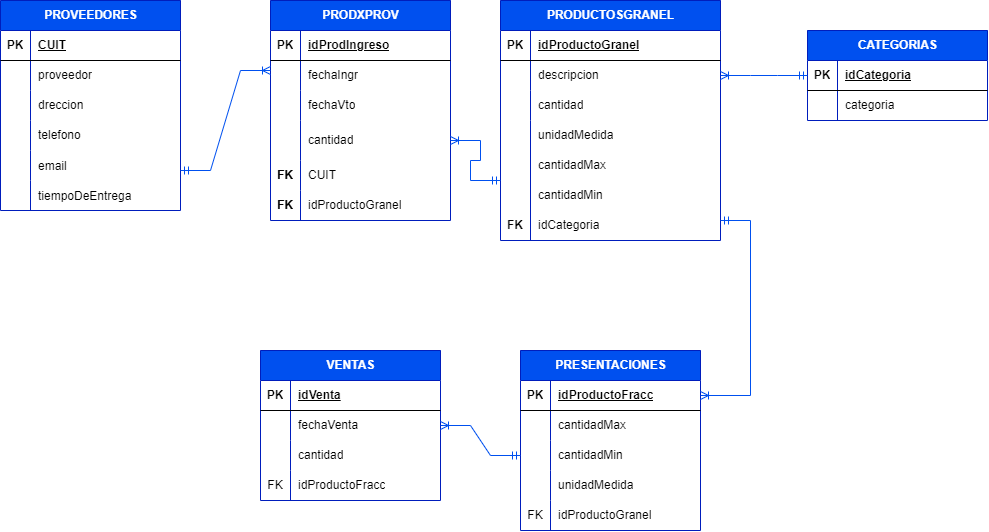
The draw.io diagram diagramaCrowFoot.drawio.png in ISPC-PROYECTOS/controlStockGranel, before a commit. Source tidied: cells renumbered, new cells last; positions are measured from the earlier drawing's top-left corner, leaving out a move shared by most shapes.
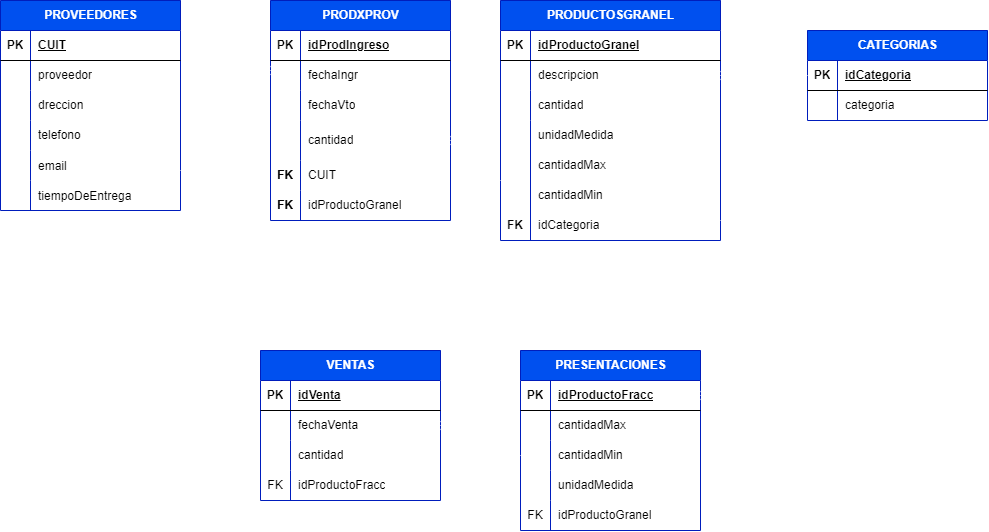
After the change.

What changed in the source:
```diff
@@ -176,13 +176,13 @@
     <mxCell id="59" value="FK" style="shape=partialRectangle;fillColor=none;top=0;left=0;bottom=0;right=0;fontStyle=1;overflow=hidden;whiteSpace=wrap;html=1;" parent="1" vertex="1">
       <mxGeometry x="500" y="210" width="30" height="30" as="geometry" />
     </mxCell>
-    <mxCell id="60" style="edgeStyle=entityRelationEdgeStyle;fontSize=12;html=1;endArrow=ERoneToMany;startArrow=ERmandOne;rounded=0;strokeColor=#0050ef;" parent="1" edge="1">
+    <mxCell id="60" style="edgeStyle=entityRelationEdgeStyle;fontSize=12;html=1;endArrow=ERoneToMany;startArrow=ERmandOne;rounded=0;strokeColor=#ffffff;" parent="1" edge="1">
       <mxGeometry relative="1" as="geometry">
         <mxPoint x="180" y="170" as="sourcePoint" />
         <mxPoint x="270" y="70" as="targetPoint" />
       </mxGeometry>
     </mxCell>
-    <mxCell id="61" style="edgeStyle=entityRelationEdgeStyle;fontSize=12;html=1;endArrow=ERoneToMany;startArrow=ERmandOne;rounded=0;entryX=1;entryY=0.5;entryDx=0;entryDy=0;exitX=0;exitY=0.5;exitDx=0;exitDy=0;strokeColor=#0050ef;" parent="1" edge="1" source="50" target="31">
+    <mxCell id="61" style="edgeStyle=entityRelationEdgeStyle;fontSize=12;html=1;endArrow=ERoneToMany;startArrow=ERmandOne;rounded=0;entryX=1;entryY=0.5;entryDx=0;entryDy=0;exitX=0;exitY=0.5;exitDx=0;exitDy=0;strokeColor=#ffffff;" parent="1" edge="1" source="50" target="31">
       <mxGeometry relative="1" as="geometry">
         <Array as="points">
           <mxPoint x="680" y="310" />
@@ -210,7 +210,7 @@
     <mxCell id="68" value="categoria" style="shape=partialRectangle;fillColor=none;top=0;left=0;bottom=0;right=0;align=left;spacingLeft=6;overflow=hidden;whiteSpace=wrap;html=1;" parent="66" vertex="1">
       <mxGeometry x="30" width="150" height="30" as="geometry" />
     </mxCell>
-    <mxCell id="69" style="edgeStyle=entityRelationEdgeStyle;fontSize=12;html=1;endArrow=ERoneToMany;startArrow=ERmandOne;rounded=0;exitX=0;exitY=0.5;exitDx=0;exitDy=0;entryX=1;entryY=0.5;entryDx=0;entryDy=0;strokeColor=#0050ef;" parent="1" edge="1" source="63" target="44">
+    <mxCell id="69" style="edgeStyle=entityRelationEdgeStyle;fontSize=12;html=1;endArrow=ERoneToMany;startArrow=ERmandOne;rounded=0;exitX=0;exitY=0.5;exitDx=0;exitDy=0;entryX=1;entryY=0.5;entryDx=0;entryDy=0;strokeColor=#ffffff;" parent="1" edge="1" source="63" target="44">
       <mxGeometry relative="1" as="geometry">
         <Array as="points">
           <mxPoint x="1090" y="435" />
@@ -266,7 +266,7 @@
     <mxCell id="85" value="idProductoGranel" style="shape=partialRectangle;fillColor=none;top=0;left=0;bottom=0;right=0;align=left;spacingLeft=6;fontStyle=0;overflow=hidden;whiteSpace=wrap;html=1;" parent="83" vertex="1">
       <mxGeometry x="30" width="150" height="30" as="geometry" />
     </mxCell>
-    <mxCell id="86" style="edgeStyle=entityRelationEdgeStyle;fontSize=12;html=1;endArrow=ERoneToMany;startArrow=ERmandOne;rounded=0;entryX=1;entryY=0.25;entryDx=0;entryDy=0;strokeColor=#0050ef;" parent="1" edge="1" target="70">
+    <mxCell id="86" style="edgeStyle=entityRelationEdgeStyle;fontSize=12;html=1;endArrow=ERoneToMany;startArrow=ERmandOne;rounded=0;entryX=1;entryY=0.25;entryDx=0;entryDy=0;strokeColor=#ffffff;" parent="1" edge="1" target="70">
       <mxGeometry relative="1" as="geometry">
         <mxPoint x="720" y="220" as="sourcePoint" />
         <Array as="points">
@@ -314,7 +314,7 @@
     <mxCell id="99" value="idProductoFracc" style="shape=partialRectangle;fillColor=none;top=0;left=0;bottom=0;right=0;align=left;spacingLeft=6;fontStyle=0;overflow=hidden;whiteSpace=wrap;html=1;" parent="97" vertex="1">
       <mxGeometry x="30" width="150" height="30" as="geometry" />
     </mxCell>
-    <mxCell id="100" style="edgeStyle=entityRelationEdgeStyle;fontSize=12;html=1;endArrow=ERoneToMany;startArrow=ERmandOne;rounded=0;entryX=1;entryY=0.5;entryDx=0;entryDy=0;exitX=0;exitY=0.5;exitDx=0;exitDy=0;strokeColor=#0050ef;" parent="1" edge="1" source="77" target="91">
+    <mxCell id="100" style="edgeStyle=entityRelationEdgeStyle;fontSize=12;html=1;endArrow=ERoneToMany;startArrow=ERmandOne;rounded=0;entryX=1;entryY=0.5;entryDx=0;entryDy=0;exitX=0;exitY=0.5;exitDx=0;exitDy=0;strokeColor=#ffffff;" parent="1" edge="1" source="77" target="91">
       <mxGeometry relative="1" as="geometry" />
     </mxCell>
   </root>
```
